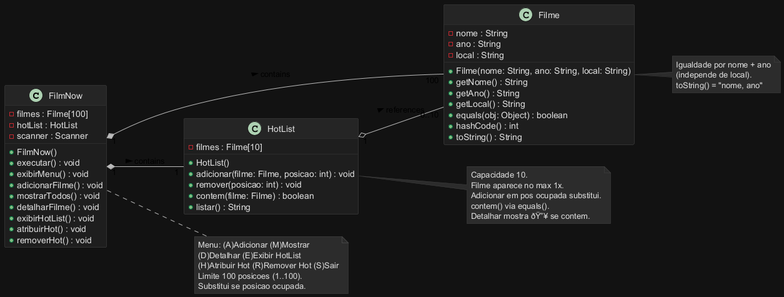
juliovlpsp-commits/LAB03 keeps this PlantUML diagram as docs/FilmNow_UML.png. Above is the earlier version.
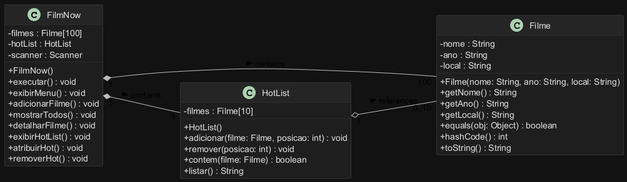
The same diagram one commit later.

Diff of the diagram source:
```diff
@@ -9,9 +9,8 @@
 skinparam ClassAttributeFontColor #E0E0E0
 skinparam ClassStereotypeFontColor #90CAF9
 skinparam ClassHeaderBackgroundColor #252525
-skinparam NoteBackgroundColor #2C2C2C
-skinparam NoteBorderColor #444444
-skinparam NoteFontColor #E0E0E0
+skinparam PackageBackgroundColor #121212
+skinparam classAttributeIconSize 0
 
 class FilmNow {
   - filmes : Filme[100]
@@ -53,26 +52,4 @@
 FilmNow "1" *-- "100" Filme : contains >
 FilmNow "1" *-- "1" HotList : contains >
 HotList "1" o-- "0..10" Filme : references >
-
-note right of FilmNow
-  Menu: (A)Adicionar (M)Mostrar
-  (D)Detalhar (E)Exibir HotList
-  (H)Atribuir Hot (R)Remover Hot (S)Sair
-  Limite 100 posicoes (1..100).
-  Substitui se posicao ocupada.
-end note
-
-note right of Filme
-  Igualdade por nome + ano
-  (independe de local).
-  toString() = "nome, ano"
-end note
-
-note right of HotList
-  Capacidade 10.
-  Filme aparece no max 1x.
-  Adicionar em pos ocupada substitui.
-  contem() via equals().
-  Detalhar mostra ðŸ”¥ se contem.
-end note
 @enduml
```
